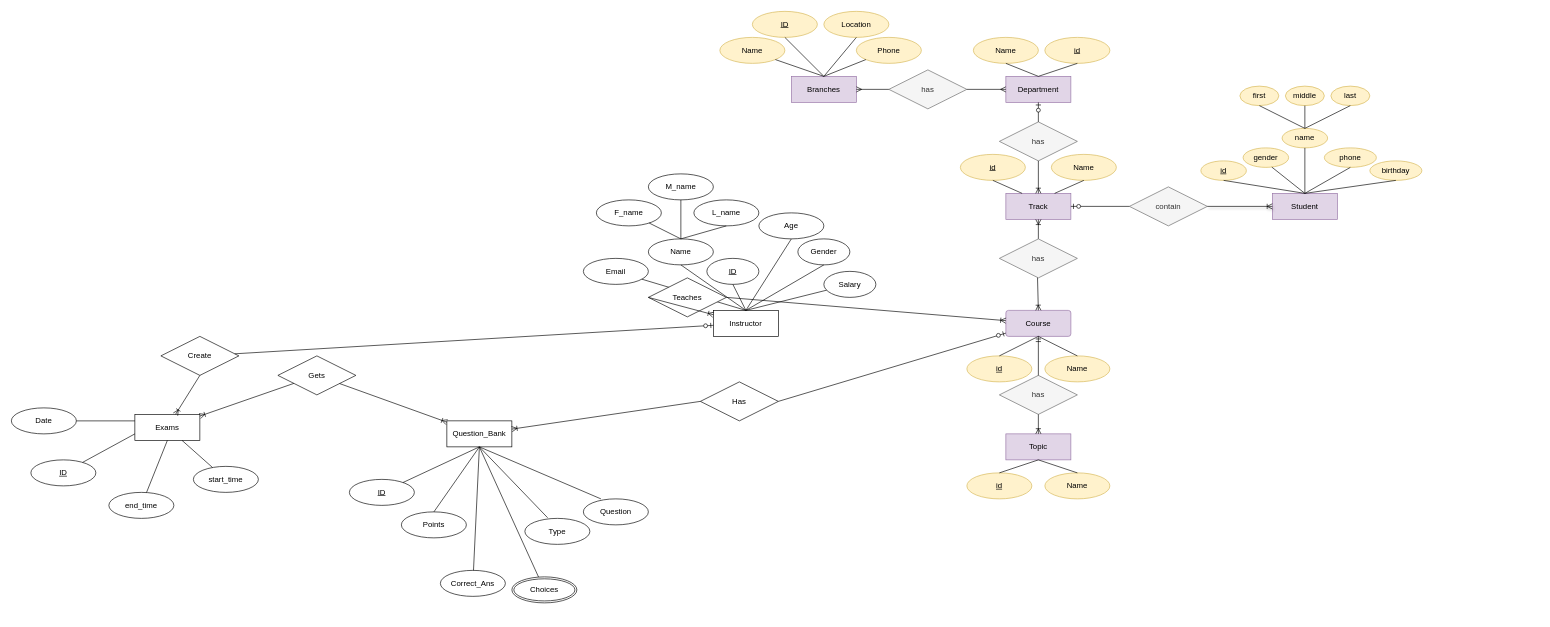
aya-abdelmageed/OnlineExaminationSystem keeps this draw.io diagram as OnlineExaminationSystem.drawio. Above is the earlier version. Source tidied: cells renumbered, new cells numbered last; positions are measured from the earlier drawing's top-left corner, leaving out a move shared by most shapes. Both pictures are drawn from the tidied source at 65%, with x=0, y=0 at pixel (11, 11).
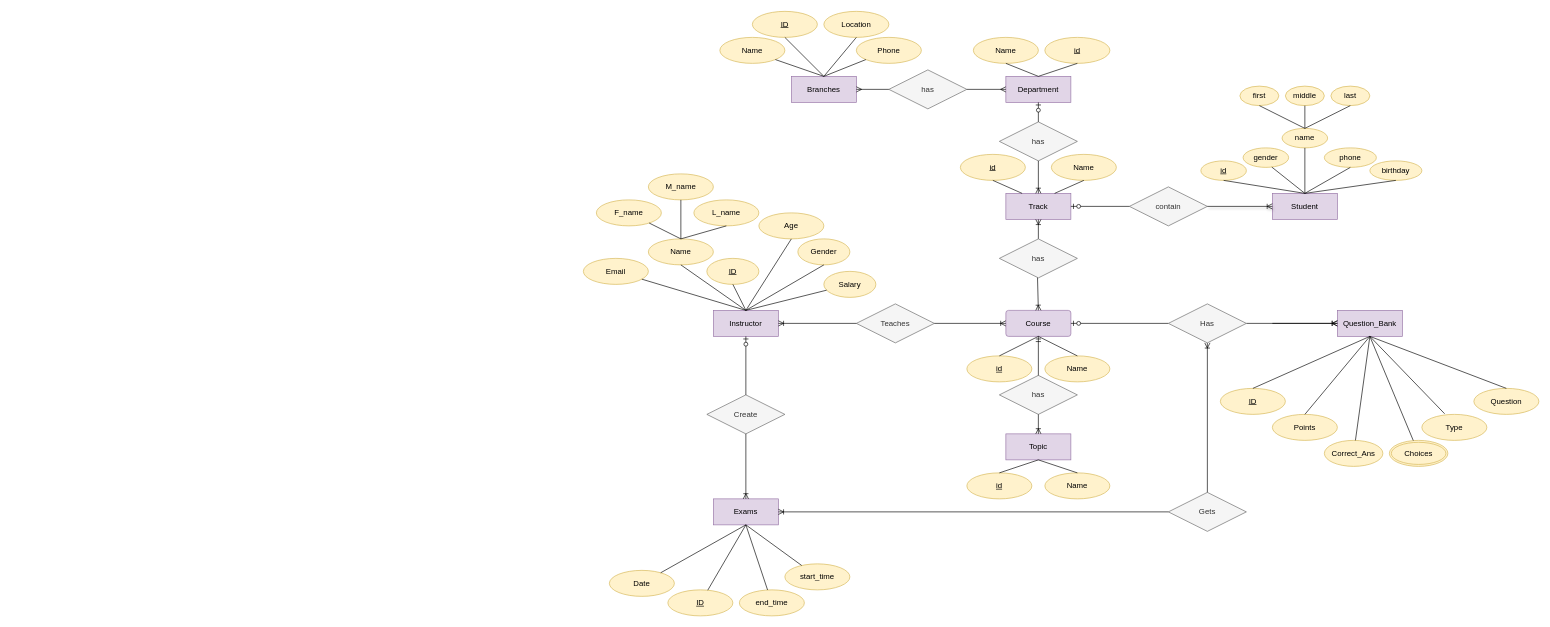
After the change.

The change refers to these unchanged cells:
```xml
<mxCell id="61" value="Course" style="rounded=1;arcSize=10;whiteSpace=wrap;html=1;align=center;fillColor=#e1d5e7;strokeColor=#9673a6;" parent="1" vertex="1">
  <mxGeometry x="1530" y="460" width="100" height="40" as="geometry" />
</mxCell>
```

The edit, as a diff of the source:
```diff
@@
-    <mxCell id="4" value="Instructor" style="whiteSpace=wrap;html=1;align=center;" parent="1" vertex="1">
+    <mxCell id="4" value="Instructor" style="whiteSpace=wrap;html=1;align=center;fillColor=#e1d5e7;strokeColor=#9673a6;" parent="1" vertex="1">
       <mxGeometry x="1080" y="460" width="100" height="40" as="geometry" />
     </mxCell>
-    <mxCell id="5" value="Name" style="ellipse;whiteSpace=wrap;html=1;align=center;" parent="1" vertex="1">
+    <mxCell id="5" value="Name" style="ellipse;whiteSpace=wrap;html=1;align=center;fillColor=#fff2cc;strokeColor=#d6b656;" parent="1" vertex="1">
       <mxGeometry x="980" y="350" width="100" height="40" as="geometry" />
     </mxCell>
-    <mxCell id="6" value="Age" style="ellipse;whiteSpace=wrap;html=1;align=center;" parent="1" vertex="1">
+    <mxCell id="6" value="Age" style="ellipse;whiteSpace=wrap;html=1;align=center;fillColor=#fff2cc;strokeColor=#d6b656;" parent="1" vertex="1">
       <mxGeometry x="1150" y="310" width="100" height="40" as="geometry" />
     </mxCell>
-    <mxCell id="7" value="Salary" style="ellipse;whiteSpace=wrap;html=1;align=center;" parent="1" vertex="1">
+    <mxCell id="7" value="Salary" style="ellipse;whiteSpace=wrap;html=1;align=center;fillColor=#fff2cc;strokeColor=#d6b656;" parent="1" vertex="1">
       <mxGeometry x="1250" y="400" width="80" height="40" as="geometry" />
     </mxCell>
-    <mxCell id="8" value="Gender" style="ellipse;whiteSpace=wrap;html=1;align=center;" parent="1" vertex="1">
+    <mxCell id="8" value="Gender" style="ellipse;whiteSpace=wrap;html=1;align=center;fillColor=#fff2cc;strokeColor=#d6b656;" parent="1" vertex="1">
       <mxGeometry x="1210" y="350" width="80" height="40" as="geometry" />
     </mxCell>
-    <mxCell id="9" value="ID" style="ellipse;whiteSpace=wrap;html=1;align=center;fontStyle=4;" parent="1" vertex="1">
-      <mxGeometry x="520" y="720" width="100" height="40" as="geometry" />
+    <mxCell id="9" value="ID" style="ellipse;whiteSpace=wrap;html=1;align=center;fontStyle=4;fillColor=#fff2cc;strokeColor=#d6b656;" parent="1" vertex="1">
+      <mxGeometry x="1860" y="580" width="100" height="40" as="geometry" />
     </mxCell>
-    <mxCell id="10" value="ID" style="ellipse;whiteSpace=wrap;html=1;align=center;fontStyle=4;" parent="1" vertex="1">
-      <mxGeometry x="30" y="690" width="100" height="40" as="geometry" />
+    <mxCell id="10" value="ID" style="ellipse;whiteSpace=wrap;html=1;align=center;fontStyle=4;fillColor=#fff2cc;strokeColor=#d6b656;" parent="1" vertex="1">
+      <mxGeometry x="1010" y="890" width="100" height="40" as="geometry" />
     </mxCell>
-    <mxCell id="11" value="ID" style="ellipse;whiteSpace=wrap;html=1;align=center;fontStyle=4;" parent="1" vertex="1">
+    <mxCell id="11" value="ID" style="ellipse;whiteSpace=wrap;html=1;align=center;fontStyle=4;fillColor=#fff2cc;strokeColor=#d6b656;" parent="1" vertex="1">
       <mxGeometry x="1070" y="380" width="80" height="40" as="geometry" />
     </mxCell>
-    <mxCell id="12" value="Date" style="ellipse;whiteSpace=wrap;html=1;align=center;" parent="1" vertex="1">
-      <mxGeometry y="610" width="100" height="40" as="geometry" />
+    <mxCell id="12" value="Date" style="ellipse;whiteSpace=wrap;html=1;align=center;fillColor=#fff2cc;strokeColor=#d6b656;" parent="1" vertex="1">
+      <mxGeometry x="920" y="860" width="100" height="40" as="geometry" />
     </mxCell>
-    <mxCell id="13" value="F_name" style="ellipse;whiteSpace=wrap;html=1;align=center;" parent="1" vertex="1">
+    <mxCell id="13" value="F_name" style="ellipse;whiteSpace=wrap;html=1;align=center;fillColor=#fff2cc;strokeColor=#d6b656;" parent="1" vertex="1">
       <mxGeometry x="900" y="290" width="100" height="40" as="geometry" />
     </mxCell>
-    <mxCell id="14" value="M_name" style="ellipse;whiteSpace=wrap;html=1;align=center;" parent="1" vertex="1">
+    <mxCell id="14" value="M_name" style="ellipse;whiteSpace=wrap;html=1;align=center;fillColor=#fff2cc;strokeColor=#d6b656;" parent="1" vertex="1">
       <mxGeometry x="980" y="250" width="100" height="40" as="geometry" />
     </mxCell>
-    <mxCell id="15" value="L_name" style="ellipse;whiteSpace=wrap;html=1;align=center;" parent="1" vertex="1">
+    <mxCell id="15" value="L_name" style="ellipse;whiteSpace=wrap;html=1;align=center;fillColor=#fff2cc;strokeColor=#d6b656;" parent="1" vertex="1">
       <mxGeometry x="1050" y="290" width="100" height="40" as="geometry" />
     </mxCell>
-    <mxCell id="16" value="Email" style="ellipse;whiteSpace=wrap;html=1;align=center;" parent="1" vertex="1">
+    <mxCell id="16" value="Email" style="ellipse;whiteSpace=wrap;html=1;align=center;fillColor=#fff2cc;strokeColor=#d6b656;" parent="1" vertex="1">
       <mxGeometry x="880" y="380" width="100" height="40" as="geometry" />
     </mxCell>
@@
-    <mxCell id="26" value="Exams" style="whiteSpace=wrap;html=1;align=center;" parent="1" vertex="1">
-      <mxGeometry x="190" y="620" width="100" height="40" as="geometry" />
+    <mxCell id="26" value="Exams" style="whiteSpace=wrap;html=1;align=center;fillColor=#e1d5e7;strokeColor=#9673a6;" parent="1" vertex="1">
+      <mxGeometry x="1080" y="750" width="100" height="40" as="geometry" />
     </mxCell>
-    <mxCell id="27" value="Question_Bank" style="whiteSpace=wrap;html=1;align=center;" parent="1" vertex="1">
-      <mxGeometry x="670" y="630" width="100" height="40" as="geometry" />
+    <mxCell id="27" value="Question_Bank" style="whiteSpace=wrap;html=1;align=center;fillColor=#e1d5e7;strokeColor=#9673a6;" parent="1" vertex="1">
+      <mxGeometry x="2040" y="460" width="100" height="40" as="geometry" />
     </mxCell>
-    <mxCell id="28" value="end_time" style="ellipse;whiteSpace=wrap;html=1;align=center;" parent="1" vertex="1">
-      <mxGeometry x="150" y="740" width="100" height="40" as="geometry" />
+    <mxCell id="28" value="end_time" style="ellipse;whiteSpace=wrap;html=1;align=center;fillColor=#fff2cc;strokeColor=#d6b656;" parent="1" vertex="1">
+      <mxGeometry x="1120" y="890" width="100" height="40" as="geometry" />
     </mxCell>
-    <mxCell id="29" value="start_time" style="ellipse;whiteSpace=wrap;html=1;align=center;" parent="1" vertex="1">
-      <mxGeometry x="280" y="700" width="100" height="40" as="geometry" />
+    <mxCell id="29" value="start_time" style="ellipse;whiteSpace=wrap;html=1;align=center;fillColor=#fff2cc;strokeColor=#d6b656;" parent="1" vertex="1">
+      <mxGeometry x="1190" y="850" width="100" height="40" as="geometry" />
     </mxCell>
-    <mxCell id="30" value="Type" style="ellipse;whiteSpace=wrap;html=1;align=center;" parent="1" vertex="1">
-      <mxGeometry x="790" y="780" width="100" height="40" as="geometry" />
+    <mxCell id="30" value="Type" style="ellipse;whiteSpace=wrap;html=1;align=center;fillColor=#fff2cc;strokeColor=#d6b656;" parent="1" vertex="1">
+      <mxGeometry x="2170" y="620" width="100" height="40" as="geometry" />
     </mxCell>
-    <mxCell id="31" style="endArrow=none;html=1;rounded=0;" parent="1" edge="1" source="26" target="29">
+    <mxCell id="31" style="endArrow=none;html=1;rounded=0;exitX=0.5;exitY=1;exitDx=0;exitDy=0;" parent="1" edge="1" source="26" target="29">
       <mxGeometry relative="1" as="geometry" />
     </mxCell>
@@
-    <mxCell id="33" style="endArrow=none;html=1;rounded=0;entryX=0;entryY=0.25;entryDx=0;entryDy=0;" parent="1" edge="1" source="12" target="26">
-      <mxGeometry relative="1" as="geometry" />
+    <mxCell id="33" style="endArrow=none;html=1;rounded=0;" parent="1" edge="1" source="12">
+      <mxGeometry relative="1" as="geometry">
+        <mxPoint x="1130" y="790" as="targetPoint" />
+      </mxGeometry>
     </mxCell>
-    <mxCell id="34" style="endArrow=none;html=1;rounded=0;entryX=0;entryY=0.75;entryDx=0;entryDy=0;" parent="1" edge="1" source="10" target="26">
+    <mxCell id="34" style="endArrow=none;html=1;rounded=0;entryX=0.5;entryY=1;entryDx=0;entryDy=0;" parent="1" edge="1" source="10" target="26">
       <mxGeometry relative="1" as="geometry" />
     </mxCell>
-    <mxCell id="35" value="Points" style="ellipse;whiteSpace=wrap;html=1;align=center;" parent="1" vertex="1">
-      <mxGeometry x="600" y="770" width="100" height="40" as="geometry" />
+    <mxCell id="35" value="Points" style="ellipse;whiteSpace=wrap;html=1;align=center;fillColor=#fff2cc;strokeColor=#d6b656;" parent="1" vertex="1">
+      <mxGeometry x="1940" y="620" width="100" height="40" as="geometry" />
     </mxCell>
-    <mxCell id="36" value="Correct_Ans" style="ellipse;whiteSpace=wrap;html=1;align=center;" parent="1" vertex="1">
-      <mxGeometry x="660" y="860" width="100" height="40" as="geometry" />
+    <mxCell id="36" value="Correct_Ans" style="ellipse;whiteSpace=wrap;html=1;align=center;fillColor=#fff2cc;strokeColor=#d6b656;" parent="1" vertex="1">
+      <mxGeometry x="2020" y="660" width="90" height="40" as="geometry" />
     </mxCell>
-    <mxCell id="37" value="Question" style="ellipse;whiteSpace=wrap;html=1;align=center;" parent="1" vertex="1">
-      <mxGeometry x="880" y="750" width="100" height="40" as="geometry" />
+    <mxCell id="37" value="Question" style="ellipse;whiteSpace=wrap;html=1;align=center;fillColor=#fff2cc;strokeColor=#d6b656;" parent="1" vertex="1">
+      <mxGeometry x="2250" y="580" width="100" height="40" as="geometry" />
     </mxCell>
-    <mxCell id="38" value="Choices" style="ellipse;shape=doubleEllipse;margin=3;whiteSpace=wrap;html=1;align=center;" parent="1" vertex="1">
-      <mxGeometry x="770" y="870" width="100" height="40" as="geometry" />
+    <mxCell id="38" value="Choices" style="ellipse;shape=doubleEllipse;margin=3;whiteSpace=wrap;html=1;align=center;fillColor=#fff2cc;strokeColor=#d6b656;" parent="1" vertex="1">
+      <mxGeometry x="2120" y="660" width="90" height="40" as="geometry" />
     </mxCell>
-    <mxCell id="39" style="endArrow=none;html=1;rounded=0;entryX=0.5;entryY=1;entryDx=0;entryDy=0;" parent="1" edge="1" source="9" target="27">
+    <mxCell id="39" style="endArrow=none;html=1;rounded=0;entryX=0.5;entryY=1;entryDx=0;entryDy=0;exitX=0.5;exitY=0;exitDx=0;exitDy=0;" parent="1" edge="1" source="9" target="27">
       <mxGeometry relative="1" as="geometry" />
     </mxCell>
-    <mxCell id="40" style="endArrow=none;html=1;rounded=0;exitX=0.27;exitY=0;exitDx=0;exitDy=0;exitPerimeter=0;entryX=0.5;entryY=1;entryDx=0;entryDy=0;" parent="1" edge="1" source="37" target="27">
+    <mxCell id="40" style="endArrow=none;html=1;rounded=0;exitX=0.5;exitY=0;exitDx=0;exitDy=0;entryX=0.5;entryY=1;entryDx=0;entryDy=0;" parent="1" edge="1" source="37" target="27">
       <mxGeometry relative="1" as="geometry" />
     </mxCell>
@@
-    <mxCell id="45" value="Create" style="shape=rhombus;perimeter=rhombusPerimeter;whiteSpace=wrap;html=1;align=center;" parent="1" vertex="1">
-      <mxGeometry x="230" y="500" width="120" height="60" as="geometry" />
+    <mxCell id="45" value="Create" style="shape=rhombus;perimeter=rhombusPerimeter;whiteSpace=wrap;html=1;align=center;fillColor=#f5f5f5;fontColor=#333333;strokeColor=#666666;" parent="1" vertex="1">
+      <mxGeometry x="1070" y="590" width="120" height="60" as="geometry" />
     </mxCell>
@@
-    <mxCell id="48" value="Gets" style="shape=rhombus;perimeter=rhombusPerimeter;whiteSpace=wrap;html=1;align=center;" parent="1" vertex="1">
-      <mxGeometry x="410" y="530" width="120" height="60" as="geometry" />
+    <mxCell id="48" value="Gets" style="shape=rhombus;perimeter=rhombusPerimeter;whiteSpace=wrap;html=1;align=center;fillColor=#f5f5f5;fontColor=#333333;strokeColor=#666666;" parent="1" vertex="1">
+      <mxGeometry x="1780" y="740" width="120" height="60" as="geometry" />
     </mxCell>
-    <mxCell id="49" style="fontSize=12;html=1;endArrow=ERoneToMany;rounded=0;" parent="1" edge="1" source="48" target="27">
-      <mxGeometry relative="1" as="geometry" />
+    <mxCell id="49" style="fontSize=12;html=1;endArrow=ERoneToMany;rounded=0;" parent="1" edge="1" target="27">
+      <mxGeometry relative="1" as="geometry">
+        <mxPoint x="1940" y="480" as="sourcePoint" />
+      </mxGeometry>
     </mxCell>
@@
-    <mxCell id="111" value="Has" style="shape=rhombus;perimeter=rhombusPerimeter;whiteSpace=wrap;html=1;align=center;" parent="1" vertex="1">
-      <mxGeometry x="1060" y="570" width="120" height="60" as="geometry" />
-    </mxCell>
-    <mxCell id="112" style="fontSize=12;html=1;endArrow=ERzeroToOne;endFill=1;rounded=0;exitX=1;exitY=0.5;exitDx=0;exitDy=0;" parent="1" edge="1" source="111" target="61">
+    <mxCell id="112" style="fontSize=12;html=1;endArrow=ERzeroToOne;endFill=1;rounded=0;exitX=0;exitY=0.5;exitDx=0;exitDy=0;" parent="1" edge="1" source="111" target="61">
       <mxGeometry relative="1" as="geometry" />
     </mxCell>
-    <mxCell id="113" style="fontSize=12;html=1;endArrow=ERoneToMany;rounded=0;exitX=0;exitY=0.5;exitDx=0;exitDy=0;" parent="1" edge="1" source="111" target="27">
+    <mxCell id="113" style="fontSize=12;html=1;endArrow=ERoneToMany;rounded=0;exitX=1;exitY=0.5;exitDx=0;exitDy=0;" parent="1" edge="1" source="111" target="27">
       <mxGeometry relative="1" as="geometry" />
     </mxCell>
-    <mxCell id="114" value="Teaches" style="shape=rhombus;perimeter=rhombusPerimeter;whiteSpace=wrap;html=1;align=center;" parent="1" vertex="1">
-      <mxGeometry x="980" y="410" width="120" height="60" as="geometry" />
+    <mxCell id="114" value="Teaches" style="shape=rhombus;perimeter=rhombusPerimeter;whiteSpace=wrap;html=1;align=center;fillColor=#f5f5f5;fontColor=#333333;strokeColor=#666666;" parent="1" vertex="1">
+      <mxGeometry x="1300" y="450" width="120" height="60" as="geometry" />
     </mxCell>
@@
+    <mxCell id="117" style="fontSize=12;html=1;endArrow=ERoneToMany;rounded=0;" parent="1" edge="1" source="48" target="111">
+      <mxGeometry relative="1" as="geometry" />
+    </mxCell>
+    <mxCell id="111" value="Has" style="shape=rhombus;perimeter=rhombusPerimeter;whiteSpace=wrap;html=1;align=center;fillColor=#f5f5f5;fontColor=#333333;strokeColor=#666666;" parent="1" vertex="1">
+      <mxGeometry x="1780" y="450" width="120" height="60" as="geometry" />
+    </mxCell>
```
